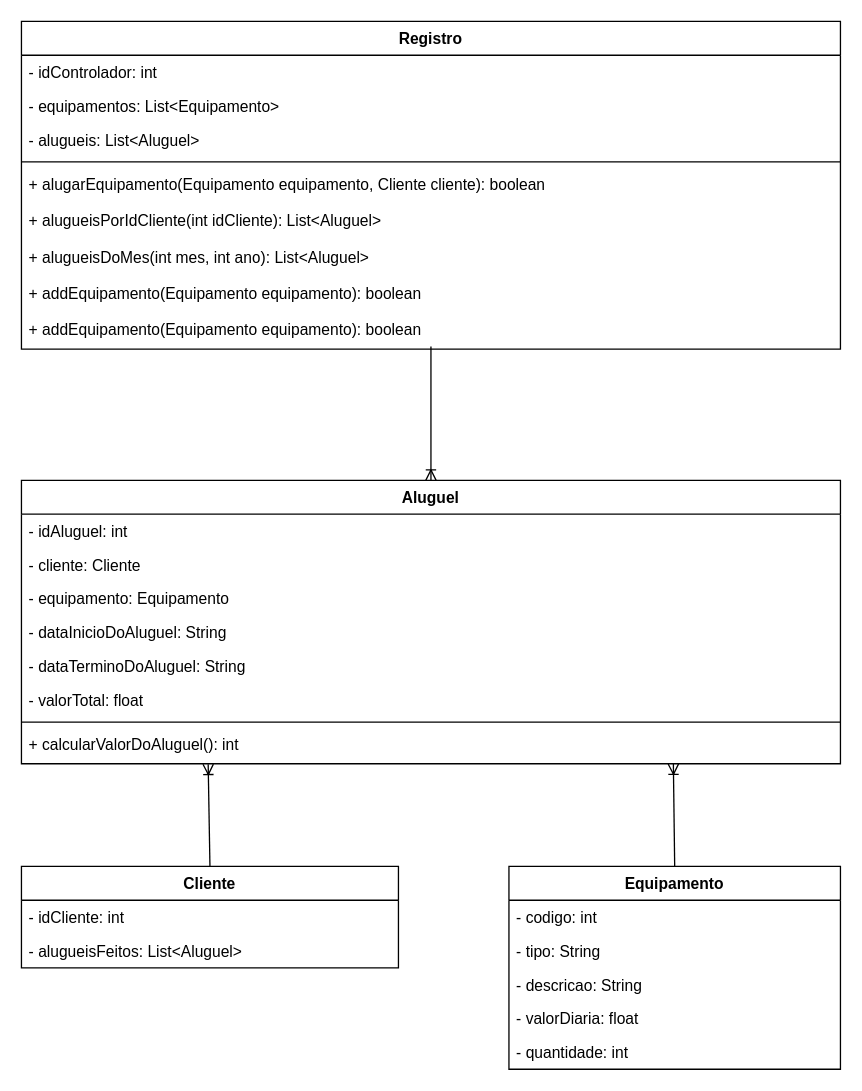
This is docs/diagramas/diagramaDeClasses.drawio from puc-aulas/lpm-noite-quarta-pl-luccaluchi, a draw.io file, before an edit. Source tidied: cells renumbered, new cells numbered last; positions are measured from the earlier drawing's top-left corner, leaving out a move shared by most shapes. Both pictures are drawn from the tidied source at 130%, with x=0, y=0 at pixel (21, 21).
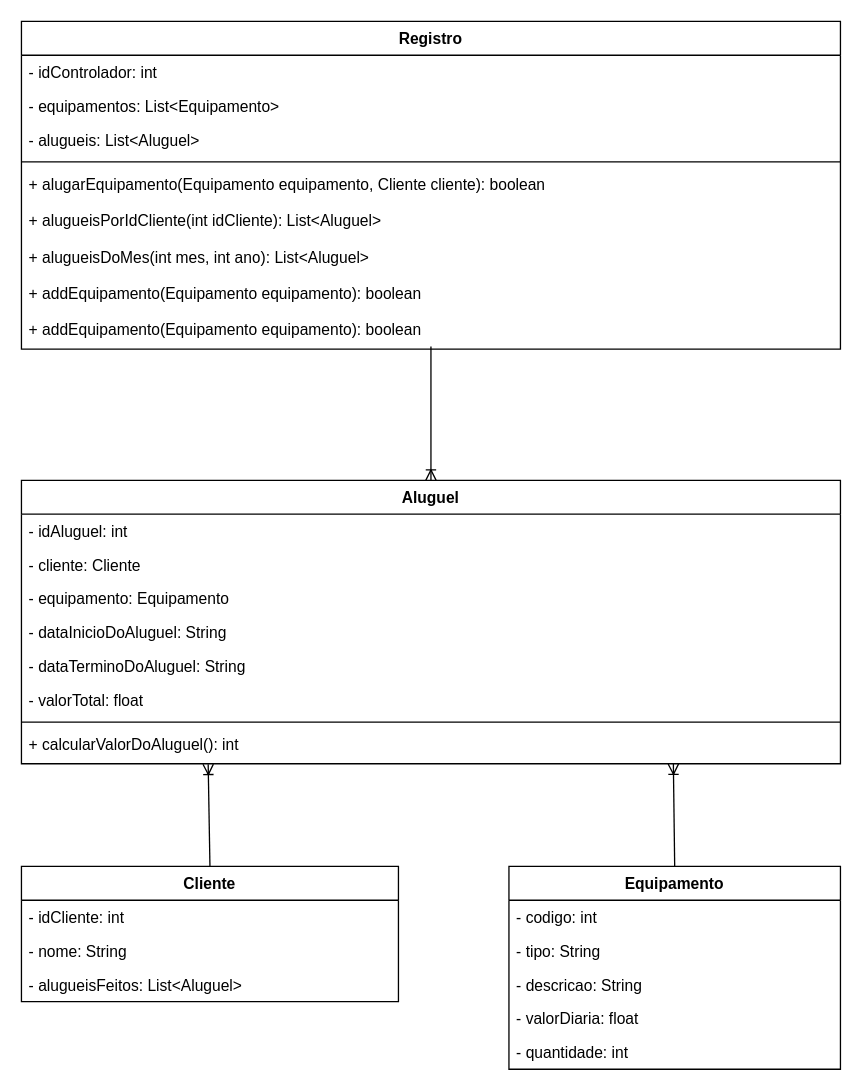
After the change.

Diff of the diagram source:
```diff
@@
     <mxCell id="2" value="Cliente" style="swimlane;fontStyle=1;align=center;verticalAlign=top;horizontal=1;startSize=26;" parent="1" vertex="1">
-      <mxGeometry y="650" width="290" height="78" as="geometry" />
+      <mxGeometry y="650" width="290" height="104" as="geometry" />
     </mxCell>
@@
+    <mxCell id="33" value="- nome: String" style="text;strokeColor=none;fillColor=none;align=left;verticalAlign=top;spacingLeft=4;spacingRight=4;overflow=hidden;" parent="2" vertex="1">
+      <mxGeometry y="52" width="290" height="26" as="geometry" />
+    </mxCell>
     <mxCell id="4" value="- alugueisFeitos: List&lt;Aluguel&gt;" style="text;strokeColor=none;fillColor=none;align=left;verticalAlign=top;spacingLeft=4;spacingRight=4;overflow=hidden;" parent="2" vertex="1">
-      <mxGeometry y="52" width="290" height="26" as="geometry" />
+      <mxGeometry y="78" width="290" height="26" as="geometry" />
     </mxCell>
```
